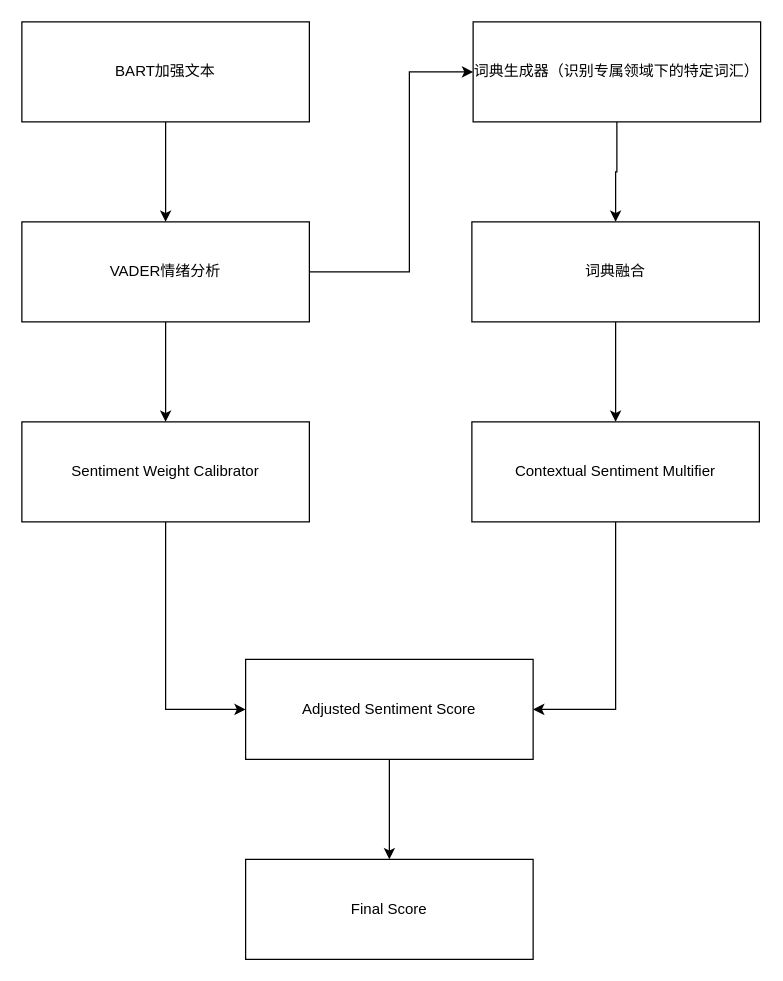
Earlier version of the draw.io diagram 20250426专利.drawio (zhzhaoze/IFT420-Cloud-diagram). Source tidied: cells renumbered, new cells numbered last; positions are measured from the earlier drawing's top-left corner, leaving out a move shared by most shapes. Both pictures are drawn from the tidied source at 125%, with x=0, y=0 at pixel (21, 21).
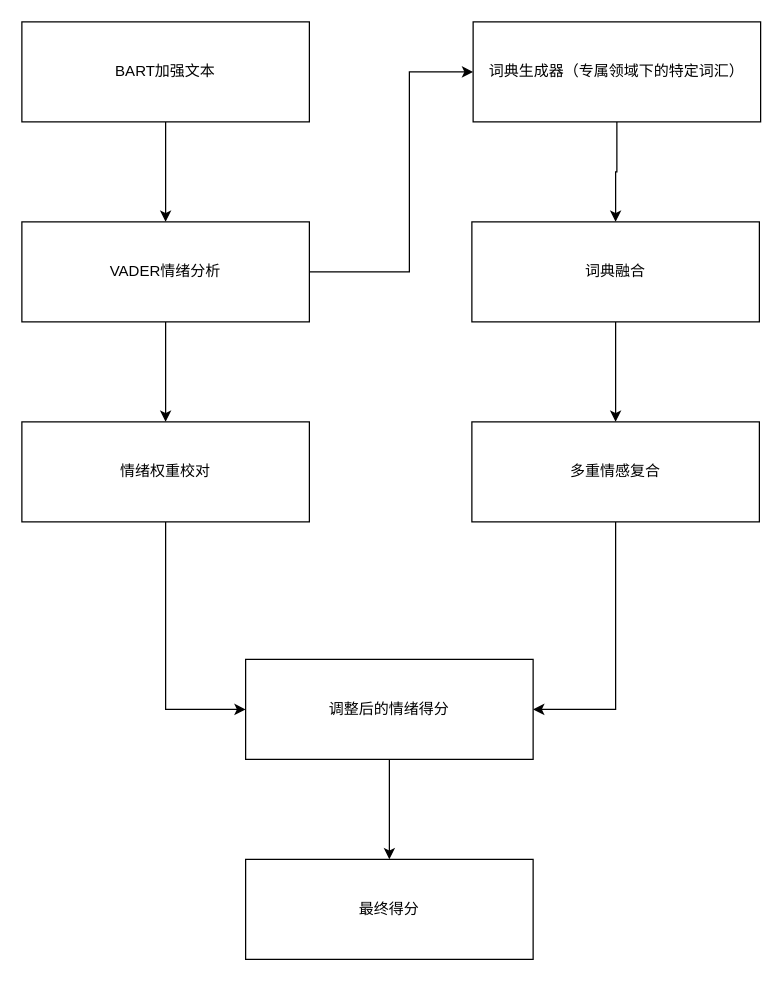
The same diagram, later.

What changed in the source:
```diff
@@
-    <mxCell id="8" value="Sentiment Weight Calibrator" style="rounded=0;whiteSpace=wrap;html=1;" parent="1" vertex="1">
+    <mxCell id="8" value="情绪权重校对" style="rounded=0;whiteSpace=wrap;html=1;" parent="1" vertex="1">
       <mxGeometry y="320" width="230" height="80" as="geometry" />
     </mxCell>
@@
-    <mxCell id="10" value="Adjusted Sentiment Score" style="rounded=0;whiteSpace=wrap;html=1;" parent="1" vertex="1">
+    <mxCell id="10" value="调整后的情绪得分" style="rounded=0;whiteSpace=wrap;html=1;" parent="1" vertex="1">
       <mxGeometry x="179" y="510" width="230" height="80" as="geometry" />
     </mxCell>
@@
-    <mxCell id="12" value="词典生成器（识别专属领域下的特定词汇）" style="rounded=0;whiteSpace=wrap;html=1;" parent="1" vertex="1">
+    <mxCell id="12" value="词典生成器（专属领域下的特定词汇）" style="rounded=0;whiteSpace=wrap;html=1;" parent="1" vertex="1">
       <mxGeometry x="361" width="230" height="80" as="geometry" />
     </mxCell>
@@
-    <mxCell id="16" value="Contextual Sentiment Multifier" style="rounded=0;whiteSpace=wrap;html=1;" parent="1" vertex="1">
+    <mxCell id="16" value="多重情感复合" style="rounded=0;whiteSpace=wrap;html=1;" parent="1" vertex="1">
       <mxGeometry x="360" y="320" width="230" height="80" as="geometry" />
     </mxCell>
-    <mxCell id="17" value="Final Score" style="rounded=0;whiteSpace=wrap;html=1;" parent="1" vertex="1">
+    <mxCell id="17" value="最终得分" style="rounded=0;whiteSpace=wrap;html=1;" parent="1" vertex="1">
       <mxGeometry x="179" y="670" width="230" height="80" as="geometry" />
     </mxCell>
```
